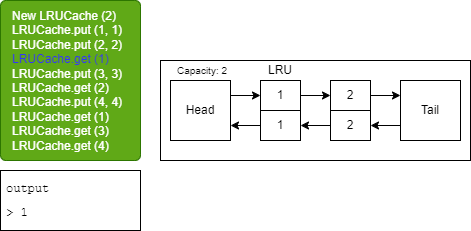
The draw.io diagram Final_Interview/slides/Slide5.png in bert799/CodingInterviews, before a commit. Source tidied: cells renumbered, new cells last; positions are measured from the earlier drawing's top-left corner, leaving out a move shared by most shapes.
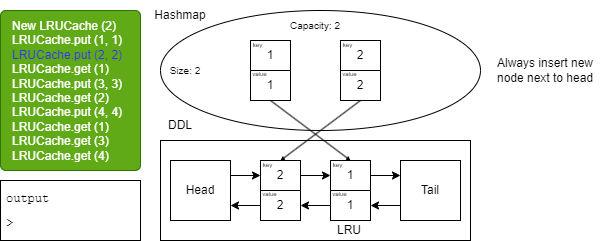
The same diagram one commit later.

Diff of the diagram source:
```diff
@@ -2,56 +2,125 @@
   <root>
     <mxCell id="0" />
     <mxCell id="1" parent="0" />
-    <mxCell id="2" value="&lt;span style=&quot;&quot;&gt;&#9;&lt;/span&gt;New LRUCache (2)&lt;br&gt;&lt;span style=&quot;&quot;&gt;&#9;&lt;/span&gt;LRUCache.put (1, 1)&lt;br&gt;&lt;span style=&quot;&quot;&gt;&#9;&lt;/span&gt;LRUCache.put (2, 2)&lt;br&gt;&lt;font color=&quot;#3333ff&quot;&gt;LRUCache.get (1)&lt;br&gt;&lt;/font&gt;LRUCache.put (3, 3)&lt;br&gt;LRUCache.get (2)&lt;br&gt;LRUCache.put (4, 4)&lt;br&gt;LRUCache.get (1)&lt;br&gt;LRUCache.get (3)&lt;br&gt;LRUCache.get (4)" style="rounded=1;whiteSpace=wrap;html=1;fillColor=#60a917;verticalAlign=top;align=left;arcSize=4;spacingTop=2;spacingLeft=10;spacingBottom=2;fontColor=#ffffff;strokeColor=#2D7600;" parent="1" vertex="1">
+    <mxCell id="2" value="&lt;span style=&quot;&quot;&gt;&#9;&lt;/span&gt;New LRUCache (2)&lt;br&gt;&lt;span style=&quot;&quot;&gt;&#9;&lt;/span&gt;LRUCache.put (1, 1)&lt;br&gt;&lt;span style=&quot;&quot;&gt;&#9;&lt;/span&gt;&lt;font color=&quot;#3333ff&quot;&gt;LRUCache.put (2, 2)&lt;br&gt;&lt;/font&gt;LRUCache.get (1)&lt;br&gt;LRUCache.put (3, 3)&lt;br&gt;LRUCache.get (2)&lt;br&gt;LRUCache.put (4, 4)&lt;br&gt;LRUCache.get (1)&lt;br&gt;LRUCache.get (3)&lt;br&gt;LRUCache.get (4)" style="rounded=1;whiteSpace=wrap;html=1;fillColor=#60a917;verticalAlign=top;align=left;arcSize=4;spacingTop=2;spacingLeft=10;spacingBottom=2;fontColor=#ffffff;strokeColor=#2D7600;" parent="1" vertex="1">
       <mxGeometry width="140" height="160" as="geometry" />
     </mxCell>
-    <mxCell id="3" value="&lt;pre style=&quot;line-height: 0%;&quot;&gt;&lt;font color=&quot;#000000&quot;&gt;output&lt;/font&gt;&lt;/pre&gt;&lt;pre style=&quot;text-align: center; line-height: 0%;&quot;&gt;&lt;font color=&quot;#000000&quot;&gt;&lt;br&gt;&lt;/font&gt;&lt;/pre&gt;&lt;pre style=&quot;text-align: justify; line-height: 0%;&quot;&gt;&lt;font color=&quot;#000000&quot;&gt;&amp;gt; 1&lt;/font&gt;&lt;/pre&gt;" style="rounded=0;whiteSpace=wrap;html=1;verticalAlign=top;align=left;spacingLeft=4;fillColor=none;strokeColor=#000000;" parent="1" vertex="1">
+    <mxCell id="3" value="&lt;pre style=&quot;line-height: 0%;&quot;&gt;&lt;font color=&quot;#000000&quot;&gt;output&lt;/font&gt;&lt;/pre&gt;&lt;pre style=&quot;text-align: center; line-height: 0%;&quot;&gt;&lt;font color=&quot;#000000&quot;&gt;&lt;br&gt;&lt;/font&gt;&lt;/pre&gt;&lt;pre style=&quot;text-align: justify; line-height: 0%;&quot;&gt;&lt;font color=&quot;#000000&quot;&gt;&amp;gt; &lt;/font&gt;&lt;/pre&gt;" style="rounded=0;whiteSpace=wrap;html=1;verticalAlign=top;align=left;spacingLeft=4;fillColor=none;strokeColor=#000000;" parent="1" vertex="1">
       <mxGeometry y="170" width="140" height="60" as="geometry" />
     </mxCell>
-    <mxCell id="4" style="rounded=0;whiteSpace=wrap;html=1;fontSize=12;fillColor=none;strokeColor=#000000;" parent="1" vertex="1">
-      <mxGeometry x="160" y="60" width="310" height="100" as="geometry" />
-    </mxCell>
+    <mxCell id="19" style="rounded=0;whiteSpace=wrap;html=1;fontSize=12;fillColor=none;strokeColor=#000000;" parent="1" vertex="1">
+      <mxGeometry x="160" y="130" width="310" height="100" as="geometry" />
+    </mxCell>
+    <mxCell id="20" style="edgeStyle=none;html=1;exitX=1;exitY=0.25;exitDx=0;exitDy=0;fontSize=10;fontColor=#FFFFFF;strokeColor=#000000;entryX=0;entryY=0.5;entryDx=0;entryDy=0;" parent="1" edge="1" source="8" target="39">
+      <mxGeometry relative="1" as="geometry" />
+    </mxCell>
+    <mxCell id="8" value="&lt;font color=&quot;#000000&quot;&gt;Head&lt;/font&gt;" style="whiteSpace=wrap;html=1;rounded=0;strokeColor=#000000;fontSize=12;fillColor=none;" parent="1" vertex="1">
+      <mxGeometry x="170" y="150" width="60" height="60" as="geometry" />
+    </mxCell>
+    <mxCell id="21" style="edgeStyle=none;html=1;exitX=0;exitY=0.75;exitDx=0;exitDy=0;entryX=1;entryY=0.5;entryDx=0;entryDy=0;strokeColor=#000000;fontSize=10;fontColor=#FFFFFF;" parent="1" edge="1" source="10" target="29">
+      <mxGeometry relative="1" as="geometry" />
+    </mxCell>
+    <mxCell id="10" value="&lt;font color=&quot;#000000&quot;&gt;Tail&lt;/font&gt;" style="whiteSpace=wrap;html=1;rounded=0;strokeColor=#000000;fontSize=12;fillColor=none;" parent="1" vertex="1">
+      <mxGeometry x="400" y="150" width="60" height="60" as="geometry" />
+    </mxCell>
+    <mxCell id="22" style="edgeStyle=none;html=1;exitX=1;exitY=0.5;exitDx=0;exitDy=0;entryX=0;entryY=0.25;entryDx=0;entryDy=0;strokeColor=#000000;fontSize=10;fontColor=#FFFFFF;" parent="1" edge="1" source="28" target="10">
+      <mxGeometry relative="1" as="geometry" />
+    </mxCell>
+    <mxCell id="23" style="edgeStyle=none;html=1;exitX=0;exitY=0.5;exitDx=0;exitDy=0;strokeColor=#000000;fontSize=10;fontColor=#FFFFFF;entryX=1;entryY=0.5;entryDx=0;entryDy=0;" parent="1" edge="1" source="29" target="40">
+      <mxGeometry relative="1" as="geometry" />
+    </mxCell>
     <mxCell id="5" value="&lt;font style=&quot;font-size: 10px;&quot;&gt;Capacity: 2&lt;/font&gt;" style="text;html=1;strokeColor=none;fillColor=none;align=center;verticalAlign=middle;whiteSpace=wrap;rounded=0;fontColor=#000000;" parent="1" vertex="1">
-      <mxGeometry x="167" y="55" width="70" height="30" as="geometry" />
+      <mxGeometry x="280" width="70" height="30" as="geometry" />
     </mxCell>
+    <mxCell id="24" style="ellipse;whiteSpace=wrap;html=1;fillColor=none;strokeColor=#000000;" parent="1" vertex="1">
+      <mxGeometry x="160" width="320" height="120" as="geometry" />
+    </mxCell>
+    <mxCell id="25" value="&lt;font color=&quot;#000000&quot;&gt;Hashmap&lt;/font&gt;" style="text;html=1;strokeColor=none;fillColor=none;align=center;verticalAlign=middle;whiteSpace=wrap;rounded=0;" parent="1" vertex="1">
+      <mxGeometry x="150" y="-10" width="60" height="30" as="geometry" />
+    </mxCell>
+    <mxCell id="26" value="&lt;font color=&quot;#000000&quot;&gt;DDL&lt;/font&gt;" style="text;html=1;strokeColor=none;fillColor=none;align=center;verticalAlign=middle;whiteSpace=wrap;rounded=0;" parent="1" vertex="1">
+      <mxGeometry x="150" y="100" width="60" height="30" as="geometry" />
+    </mxCell>
+    <mxCell id="27" style="group;" parent="1" vertex="1">
+      <mxGeometry x="325" y="148" width="45" height="62" as="geometry" />
+    </mxCell>
+    <mxCell id="28" value="1" style="rounded=0;whiteSpace=wrap;html=1;strokeColor=#000000;fontSize=12;fontColor=#000000;fillColor=none;" parent="27" vertex="1">
+      <mxGeometry x="5" y="2" width="40" height="30" as="geometry" />
+    </mxCell>
+    <mxCell id="29" value="1" style="rounded=0;whiteSpace=wrap;html=1;strokeColor=#000000;fontSize=12;fontColor=#000000;fillColor=none;" parent="27" vertex="1">
+      <mxGeometry x="5" y="32" width="40" height="30" as="geometry" />
+    </mxCell>
+    <mxCell id="30" value="&lt;font style=&quot;font-size: 6px;&quot; color=&quot;#000000&quot;&gt;key&lt;/font&gt;" style="text;html=1;strokeColor=none;fillColor=none;align=center;verticalAlign=middle;whiteSpace=wrap;rounded=0;" parent="27" vertex="1">
+      <mxGeometry width="25" height="10" as="geometry" />
+    </mxCell>
+    <mxCell id="31" value="&lt;font style=&quot;font-size: 6px;&quot; color=&quot;#000000&quot;&gt;value&lt;/font&gt;" style="text;html=1;strokeColor=none;fillColor=none;align=center;verticalAlign=middle;whiteSpace=wrap;rounded=0;" parent="27" vertex="1">
+      <mxGeometry x="2" y="29" width="25" height="10" as="geometry" />
+    </mxCell>
+    <mxCell id="32" style="edgeStyle=none;html=1;exitX=0.5;exitY=1;exitDx=0;exitDy=0;entryX=0.5;entryY=0;entryDx=0;entryDy=0;fontSize=6;fillColor=#d80073;strokeColor=#000000;endSize=2;startSize=2;jumpSize=6;strokeWidth=1;" parent="1" edge="1" source="35" target="28">
+      <mxGeometry relative="1" as="geometry" />
+    </mxCell>
+    <mxCell id="33" style="group;" parent="1" vertex="1">
+      <mxGeometry x="245" y="28" width="45" height="62" as="geometry" />
+    </mxCell>
+    <mxCell id="34" value="1" style="rounded=0;whiteSpace=wrap;html=1;strokeColor=#000000;fontSize=12;fontColor=#000000;fillColor=none;" parent="33" vertex="1">
+      <mxGeometry x="5" y="2" width="40" height="30" as="geometry" />
+    </mxCell>
+    <mxCell id="35" value="1" style="rounded=0;whiteSpace=wrap;html=1;strokeColor=#000000;fontSize=12;fontColor=#000000;fillColor=none;" parent="33" vertex="1">
+      <mxGeometry x="5" y="32" width="40" height="30" as="geometry" />
+    </mxCell>
+    <mxCell id="36" value="&lt;font style=&quot;font-size: 6px;&quot; color=&quot;#000000&quot;&gt;key&lt;/font&gt;" style="text;html=1;strokeColor=none;fillColor=none;align=center;verticalAlign=middle;whiteSpace=wrap;rounded=0;" parent="33" vertex="1">
+      <mxGeometry width="25" height="10" as="geometry" />
+    </mxCell>
+    <mxCell id="37" value="&lt;font style=&quot;font-size: 6px;&quot; color=&quot;#000000&quot;&gt;value&lt;/font&gt;" style="text;html=1;strokeColor=none;fillColor=none;align=center;verticalAlign=middle;whiteSpace=wrap;rounded=0;" parent="33" vertex="1">
+      <mxGeometry x="2" y="29" width="25" height="10" as="geometry" />
+    </mxCell>
     <mxCell id="6" value="LRU" style="text;html=1;strokeColor=none;fillColor=none;align=center;verticalAlign=middle;whiteSpace=wrap;rounded=0;fontSize=12;fontColor=#000000;" parent="1" vertex="1">
-      <mxGeometry x="255" y="60" width="50" height="20" as="geometry" />
+      <mxGeometry x="324" y="210" width="50" height="20" as="geometry" />
     </mxCell>
-    <mxCell id="7" style="edgeStyle=none;html=1;exitX=1;exitY=0.25;exitDx=0;exitDy=0;entryX=0;entryY=0.5;entryDx=0;entryDy=0;fontSize=12;fontColor=#000000;strokeColor=#000000;" parent="1" edge="1" source="8" target="12">
-      <mxGeometry relative="1" as="geometry" />
-    </mxCell>
-    <mxCell id="8" value="&lt;font color=&quot;#000000&quot;&gt;Head&lt;/font&gt;" style="whiteSpace=wrap;html=1;rounded=0;strokeColor=#000000;fontSize=12;fillColor=none;" parent="1" vertex="1">
-      <mxGeometry x="170" y="80" width="60" height="60" as="geometry" />
-    </mxCell>
-    <mxCell id="9" style="edgeStyle=none;html=1;exitX=0;exitY=0.75;exitDx=0;exitDy=0;entryX=1;entryY=0.5;entryDx=0;entryDy=0;strokeColor=#000000;fontSize=12;fontColor=#000000;" parent="1" edge="1" source="10" target="18">
-      <mxGeometry relative="1" as="geometry" />
-    </mxCell>
-    <mxCell id="10" value="&lt;font color=&quot;#000000&quot;&gt;Tail&lt;/font&gt;" style="whiteSpace=wrap;html=1;rounded=0;strokeColor=#000000;fontSize=12;fillColor=none;" parent="1" vertex="1">
-      <mxGeometry x="400" y="80" width="60" height="60" as="geometry" />
-    </mxCell>
-    <mxCell id="11" style="edgeStyle=none;html=1;exitX=1;exitY=0.5;exitDx=0;exitDy=0;entryX=0;entryY=0.5;entryDx=0;entryDy=0;strokeColor=#000000;fontSize=12;fontColor=#000000;" parent="1" edge="1" source="12" target="14">
-      <mxGeometry relative="1" as="geometry" />
-    </mxCell>
-    <mxCell id="12" value="1" style="rounded=0;whiteSpace=wrap;html=1;strokeColor=#000000;fontSize=12;fontColor=#000000;fillColor=none;" parent="1" vertex="1">
-      <mxGeometry x="260" y="80" width="40" height="30" as="geometry" />
-    </mxCell>
-    <mxCell id="13" style="edgeStyle=none;html=1;exitX=1;exitY=0.5;exitDx=0;exitDy=0;entryX=0;entryY=0.25;entryDx=0;entryDy=0;strokeColor=#000000;fontSize=12;fontColor=#000000;" parent="1" edge="1" source="14" target="10">
-      <mxGeometry relative="1" as="geometry" />
-    </mxCell>
-    <mxCell id="14" value="2" style="rounded=0;whiteSpace=wrap;html=1;strokeColor=#000000;fontSize=12;fontColor=#000000;fillColor=none;" parent="1" vertex="1">
-      <mxGeometry x="330" y="80" width="40" height="30" as="geometry" />
-    </mxCell>
-    <mxCell id="15" style="edgeStyle=none;html=1;exitX=0;exitY=0.5;exitDx=0;exitDy=0;entryX=1;entryY=0.75;entryDx=0;entryDy=0;strokeColor=#000000;fontSize=12;fontColor=#000000;" parent="1" edge="1" source="16" target="8">
-      <mxGeometry relative="1" as="geometry" />
-    </mxCell>
-    <mxCell id="16" value="1" style="rounded=0;whiteSpace=wrap;html=1;strokeColor=#000000;fontSize=12;fontColor=#000000;fillColor=none;" parent="1" vertex="1">
-      <mxGeometry x="260" y="110" width="40" height="30" as="geometry" />
-    </mxCell>
-    <mxCell id="17" style="edgeStyle=none;html=1;exitX=0;exitY=0.5;exitDx=0;exitDy=0;strokeColor=#000000;fontSize=12;fontColor=#000000;" parent="1" edge="1" source="18" target="16">
-      <mxGeometry relative="1" as="geometry" />
-    </mxCell>
-    <mxCell id="18" value="2" style="rounded=0;whiteSpace=wrap;html=1;strokeColor=#000000;fontSize=12;fontColor=#000000;fillColor=none;" parent="1" vertex="1">
-      <mxGeometry x="330" y="110" width="40" height="30" as="geometry" />
-    </mxCell>
+    <mxCell id="38" style="group;" parent="1" vertex="1">
+      <mxGeometry x="255" y="148" width="45" height="62" as="geometry" />
+    </mxCell>
+    <mxCell id="39" value="2" style="rounded=0;whiteSpace=wrap;html=1;strokeColor=#000000;fontSize=12;fontColor=#000000;fillColor=none;" parent="38" vertex="1">
+      <mxGeometry x="5" y="2" width="40" height="30" as="geometry" />
+    </mxCell>
+    <mxCell id="40" value="2" style="rounded=0;whiteSpace=wrap;html=1;strokeColor=#000000;fontSize=12;fontColor=#000000;fillColor=none;" parent="38" vertex="1">
+      <mxGeometry x="5" y="32" width="40" height="30" as="geometry" />
+    </mxCell>
+    <mxCell id="41" value="&lt;font style=&quot;font-size: 6px;&quot; color=&quot;#000000&quot;&gt;key&lt;/font&gt;" style="text;html=1;strokeColor=none;fillColor=none;align=center;verticalAlign=middle;whiteSpace=wrap;rounded=0;" parent="38" vertex="1">
+      <mxGeometry width="25" height="10" as="geometry" />
+    </mxCell>
+    <mxCell id="42" value="&lt;font style=&quot;font-size: 6px;&quot; color=&quot;#000000&quot;&gt;value&lt;/font&gt;" style="text;html=1;strokeColor=none;fillColor=none;align=center;verticalAlign=middle;whiteSpace=wrap;rounded=0;" parent="38" vertex="1">
+      <mxGeometry x="2" y="29" width="25" height="10" as="geometry" />
+    </mxCell>
+    <mxCell id="43" style="edgeStyle=none;html=1;exitX=1;exitY=0.5;exitDx=0;exitDy=0;entryX=0;entryY=0.5;entryDx=0;entryDy=0;strokeColor=#000000;" parent="1" edge="1" source="39" target="28">
+      <mxGeometry relative="1" as="geometry" />
+    </mxCell>
+    <mxCell id="44" style="edgeStyle=none;html=1;exitX=0;exitY=0.5;exitDx=0;exitDy=0;entryX=1;entryY=0.75;entryDx=0;entryDy=0;strokeColor=#000000;" parent="1" edge="1" source="40" target="8">
+      <mxGeometry relative="1" as="geometry" />
+    </mxCell>
+    <mxCell id="45" style="group;" parent="1" vertex="1">
+      <mxGeometry x="335" y="28" width="45" height="62" as="geometry" />
+    </mxCell>
+    <mxCell id="46" value="2" style="rounded=0;whiteSpace=wrap;html=1;strokeColor=#000000;fontSize=12;fontColor=#000000;fillColor=none;" parent="45" vertex="1">
+      <mxGeometry x="5" y="2" width="40" height="30" as="geometry" />
+    </mxCell>
+    <mxCell id="47" value="2" style="rounded=0;whiteSpace=wrap;html=1;strokeColor=#000000;fontSize=12;fontColor=#000000;fillColor=none;" parent="45" vertex="1">
+      <mxGeometry x="5" y="32" width="40" height="30" as="geometry" />
+    </mxCell>
+    <mxCell id="48" value="&lt;font style=&quot;font-size: 6px;&quot; color=&quot;#000000&quot;&gt;key&lt;/font&gt;" style="text;html=1;strokeColor=none;fillColor=none;align=center;verticalAlign=middle;whiteSpace=wrap;rounded=0;" parent="45" vertex="1">
+      <mxGeometry width="25" height="10" as="geometry" />
+    </mxCell>
+    <mxCell id="49" value="&lt;font style=&quot;font-size: 6px;&quot; color=&quot;#000000&quot;&gt;value&lt;/font&gt;" style="text;html=1;strokeColor=none;fillColor=none;align=center;verticalAlign=middle;whiteSpace=wrap;rounded=0;" parent="45" vertex="1">
+      <mxGeometry x="2" y="29" width="25" height="10" as="geometry" />
+    </mxCell>
+    <mxCell id="50" style="edgeStyle=none;html=1;exitX=0.5;exitY=1;exitDx=0;exitDy=0;entryX=0.5;entryY=0;entryDx=0;entryDy=0;strokeColor=#000000;endSize=2;startSize=2;" parent="1" edge="1" source="47" target="39">
+      <mxGeometry relative="1" as="geometry" />
+    </mxCell>
+    <mxCell id="51" value="&lt;font style=&quot;font-size: 10px;&quot;&gt;Size: 2&lt;br&gt;&lt;/font&gt;" style="text;html=1;strokeColor=none;fillColor=none;align=center;verticalAlign=middle;whiteSpace=wrap;rounded=0;fontColor=#000000;" parent="1" vertex="1">
+      <mxGeometry x="150" y="45" width="70" height="30" as="geometry" />
+    </mxCell>
+    <mxCell id="52" value="Always insert new node next to head" style="text;html=1;strokeColor=none;fillColor=none;align=center;verticalAlign=middle;whiteSpace=wrap;rounded=0;fontColor=#000000;" parent="1" vertex="1">
+      <mxGeometry x="490" y="45" width="110" height="30" as="geometry" />
+    </mxCell>
   </root>
 </mxGraphModel>
```
